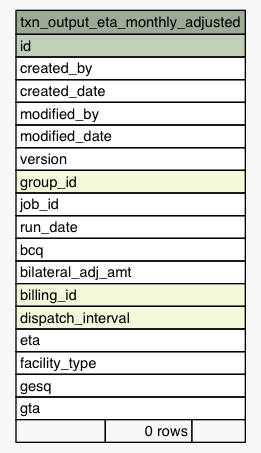
This is Data/settlement/diagrams/summary/txn_output_eta_monthly_adjusted.1degree.png from eyana-m/python-data-dictionary-writer, a Graphviz export, as it was before one commit. Its source is kept beside it as Data/settlement/diagrams/summary/txn_output_eta_monthly_adjusted.1degree.dot. The source it was exported from:
```dot
digraph "txn_output_eta_monthly_adjusted" {
  graph [
    rankdir="RL"
    bgcolor="#f7f7f7"
    nodesep="0.18"
    ranksep="0.46"
    fontname="Helvetica"
    fontsize="11"
  ];
  node [
    fontname="Helvetica"
    fontsize="11"
    shape="plaintext"
  ];
  edge [
    arrowsize="0.8"
  ];
  "txn_output_eta_monthly_adjusted" [
    label=<
    <TABLE BORDER="0" CELLBORDER="1" CELLSPACING="0" BGCOLOR="#ffffff">
      <TR><TD COLSPAN="3" BGCOLOR="#9bab96" ALIGN="CENTER">txn_output_eta_monthly_adjusted</TD></TR>
      <TR><TD PORT="id" COLSPAN="3" BGCOLOR="#bed1b8" ALIGN="LEFT">id</TD></TR>
      <TR><TD PORT="created_by" COLSPAN="3" ALIGN="LEFT">created_by</TD></TR>
      <TR><TD PORT="created_date" COLSPAN="3" ALIGN="LEFT">created_date</TD></TR>
      <TR><TD PORT="modified_by" COLSPAN="3" ALIGN="LEFT">modified_by</TD></TR>
      <TR><TD PORT="modified_date" COLSPAN="3" ALIGN="LEFT">modified_date</TD></TR>
      <TR><TD PORT="version" COLSPAN="3" ALIGN="LEFT">version</TD></TR>
      <TR><TD PORT="group_id" COLSPAN="3" BGCOLOR="#f4f7da" ALIGN="LEFT">group_id</TD></TR>
      <TR><TD PORT="job_id" COLSPAN="3" ALIGN="LEFT">job_id</TD></TR>
      <TR><TD PORT="run_date" COLSPAN="3" ALIGN="LEFT">run_date</TD></TR>
      <TR><TD PORT="bcq" COLSPAN="3" ALIGN="LEFT">bcq</TD></TR>
      <TR><TD PORT="bilateral_adj_amt" COLSPAN="3" ALIGN="LEFT">bilateral_adj_amt</TD></TR>
      <TR><TD PORT="billing_id" COLSPAN="3" BGCOLOR="#f4f7da" ALIGN="LEFT">billing_id</TD></TR>
      <TR><TD PORT="dispatch_interval" COLSPAN="3" BGCOLOR="#f4f7da" ALIGN="LEFT">dispatch_interval</TD></TR>
      <TR><TD PORT="eta" COLSPAN="3" ALIGN="LEFT">eta</TD></TR>
      <TR><TD PORT="facility_type" COLSPAN="3" ALIGN="LEFT">facility_type</TD></TR>
      <TR><TD PORT="gesq" COLSPAN="3" ALIGN="LEFT">gesq</TD></TR>
      <TR><TD PORT="gta" COLSPAN="3" ALIGN="LEFT">gta</TD></TR>
      <TR><TD ALIGN="LEFT" BGCOLOR="#f7f7f7">  </TD><TD ALIGN="RIGHT" BGCOLOR="#f7f7f7">0 rows</TD><TD ALIGN="RIGHT" BGCOLOR="#f7f7f7">  </TD></TR>
    </TABLE>>
    URL="tables/txn_output_eta_monthly_adjusted.html"
    tooltip="txn_output_eta_monthly_adjusted"
  ];
}
```
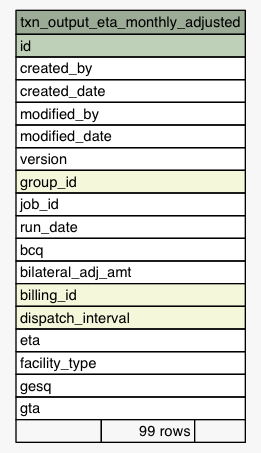
The same file after the commit.

The edit, as a diff of the source:
```diff
@@ -36,7 +36,7 @@
       <TR><TD PORT="facility_type" COLSPAN="3" ALIGN="LEFT">facility_type</TD></TR>
       <TR><TD PORT="gesq" COLSPAN="3" ALIGN="LEFT">gesq</TD></TR>
       <TR><TD PORT="gta" COLSPAN="3" ALIGN="LEFT">gta</TD></TR>
-      <TR><TD ALIGN="LEFT" BGCOLOR="#f7f7f7">  </TD><TD ALIGN="RIGHT" BGCOLOR="#f7f7f7">0 rows</TD><TD ALIGN="RIGHT" BGCOLOR="#f7f7f7">  </TD></TR>
+      <TR><TD ALIGN="LEFT" BGCOLOR="#f7f7f7">  </TD><TD ALIGN="RIGHT" BGCOLOR="#f7f7f7">99 rows</TD><TD ALIGN="RIGHT" BGCOLOR="#f7f7f7">  </TD></TR>
     </TABLE>>
     URL="tables/txn_output_eta_monthly_adjusted.html"
     tooltip="txn_output_eta_monthly_adjusted"
```
